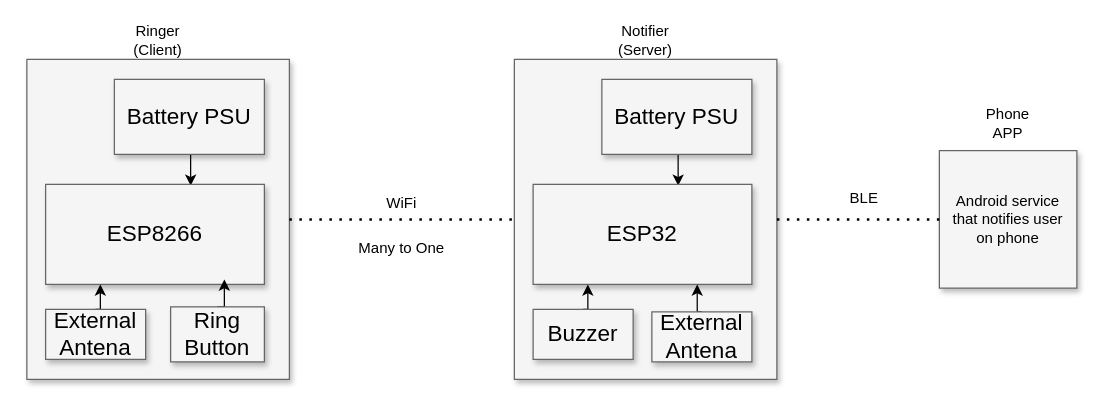
This is docs/HardwareArch.drawio from rotarurazvan07/wireless-doorbell, a draw.io file, before an edit. Source tidied: cells renumbered, new cells numbered last; positions are measured from the earlier drawing's top-left corner, leaving out a move shared by most shapes. Both pictures are drawn from the tidied source at 125%, with x=0, y=0 at pixel (26, 21).
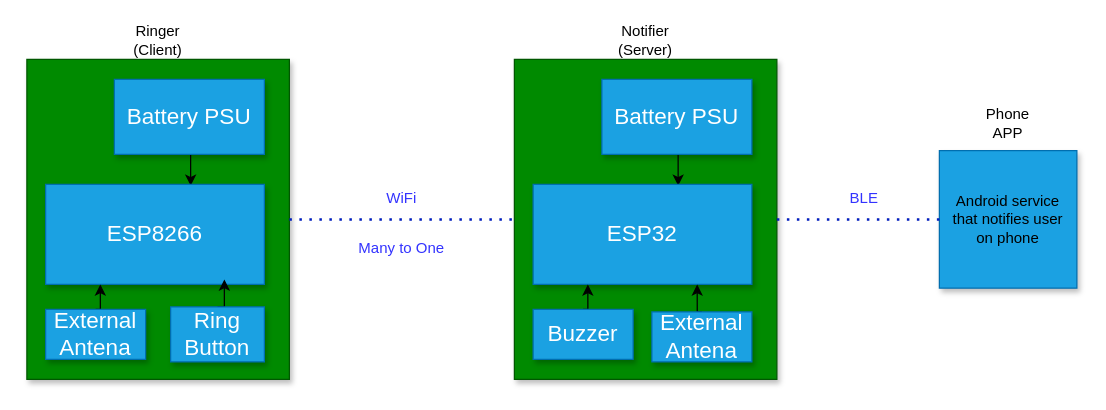
The same page after the edit.

Commit message (it also covers changes not shown here):
Update Readme structure and add initial hardware architecture

What changed in the source:
```diff
@@
-<mxGraphModel>
+<mxGraphModel background="#ffffff">
@@
-    <mxCell id="2" style="whiteSpace=wrap;html=1;shadow=1;fontSize=18;fillColor=#f5f5f5;strokeColor=#666666;" parent="1" vertex="1">
+    <mxCell id="2" style="whiteSpace=wrap;html=1;shadow=1;fontSize=18;fillColor=#008a00;strokeColor=#005700;fontColor=#ffffff;" parent="1" vertex="1">
       <mxGeometry y="30" width="210" height="256" as="geometry" />
     </mxCell>
@@
-    <mxCell id="4" value="Battery PSU" style="whiteSpace=wrap;html=1;shadow=1;fontSize=18;fillColor=#f5f5f5;strokeColor=#666666;" parent="1" vertex="1">
+    <mxCell id="4" value="Battery PSU" style="whiteSpace=wrap;html=1;shadow=1;fontSize=18;fillColor=#1ba1e2;strokeColor=#006EAF;fontColor=#ffffff;" parent="1" vertex="1">
       <mxGeometry x="70" y="46" width="120" height="60" as="geometry" />
     </mxCell>
@@
-    <mxCell id="6" value="ESP8266" style="whiteSpace=wrap;html=1;shadow=1;fontSize=18;fillColor=#f5f5f5;strokeColor=#666666;" parent="1" vertex="1">
+    <mxCell id="6" value="ESP8266" style="whiteSpace=wrap;html=1;shadow=1;fontSize=18;fillColor=#1ba1e2;strokeColor=#006EAF;fontColor=#ffffff;" parent="1" vertex="1">
       <mxGeometry x="15" y="130" width="175" height="80" as="geometry" />
     </mxCell>
@@
-    <mxCell id="8" value="External Antena" style="whiteSpace=wrap;html=1;shadow=1;fontSize=18;fillColor=#f5f5f5;strokeColor=#666666;" parent="1" vertex="1">
+    <mxCell id="8" value="External Antena" style="whiteSpace=wrap;html=1;shadow=1;fontSize=18;fillColor=#1ba1e2;strokeColor=#006EAF;fontColor=#ffffff;" parent="1" vertex="1">
       <mxGeometry x="15" y="230" width="80" height="40" as="geometry" />
     </mxCell>
@@
-    <mxCell id="10" value="Ring Button" style="whiteSpace=wrap;html=1;shadow=1;fontSize=18;fillColor=#f5f5f5;strokeColor=#666666;" parent="1" vertex="1">
+    <mxCell id="10" value="Ring Button" style="whiteSpace=wrap;html=1;shadow=1;fontSize=18;fillColor=#1ba1e2;strokeColor=#006EAF;fontColor=#ffffff;" parent="1" vertex="1">
       <mxGeometry x="115" y="228" width="75" height="44" as="geometry" />
     </mxCell>
-    <mxCell id="11" style="whiteSpace=wrap;html=1;shadow=1;fontSize=18;fillColor=#f5f5f5;strokeColor=#666666;" parent="1" vertex="1">
+    <mxCell id="11" style="whiteSpace=wrap;html=1;shadow=1;fontSize=18;fillColor=#008a00;strokeColor=#005700;fontColor=#ffffff;" parent="1" vertex="1">
       <mxGeometry x="390" y="30" width="210" height="256" as="geometry" />
     </mxCell>
@@
-    <mxCell id="13" value="Battery PSU" style="whiteSpace=wrap;html=1;shadow=1;fontSize=18;fillColor=#f5f5f5;strokeColor=#666666;" parent="1" vertex="1">
+    <mxCell id="13" value="Battery PSU" style="whiteSpace=wrap;html=1;shadow=1;fontSize=18;fillColor=#1ba1e2;strokeColor=#006EAF;fontColor=#ffffff;" parent="1" vertex="1">
       <mxGeometry x="460" y="46" width="120" height="60" as="geometry" />
     </mxCell>
@@
-    <mxCell id="15" value="ESP32" style="whiteSpace=wrap;html=1;shadow=1;fontSize=18;fillColor=#f5f5f5;strokeColor=#666666;" parent="1" vertex="1">
+    <mxCell id="15" value="ESP32" style="whiteSpace=wrap;html=1;shadow=1;fontSize=18;fillColor=#1ba1e2;strokeColor=#006EAF;fontColor=#ffffff;" parent="1" vertex="1">
       <mxGeometry x="405" y="130" width="175" height="80" as="geometry" />
     </mxCell>
@@
-    <mxCell id="17" value="Buzzer" style="whiteSpace=wrap;html=1;shadow=1;fontSize=18;fillColor=#f5f5f5;strokeColor=#666666;" parent="1" vertex="1">
+    <mxCell id="17" value="Buzzer" style="whiteSpace=wrap;html=1;shadow=1;fontSize=18;fillColor=#1ba1e2;strokeColor=#006EAF;fontColor=#ffffff;" parent="1" vertex="1">
       <mxGeometry x="405" y="230" width="80" height="40" as="geometry" />
     </mxCell>
-    <mxCell id="18" value="WiFi" style="text;html=1;strokeColor=none;fillColor=none;align=center;verticalAlign=middle;whiteSpace=wrap;rounded=0;" parent="1" vertex="1">
-      <mxGeometry x="270" y="130" width="60" height="30" as="geometry" />
+    <mxCell id="18" value="WiFi" style="text;html=1;strokeColor=none;fillColor=none;align=center;verticalAlign=middle;whiteSpace=wrap;rounded=0;fontColor=#3333FF;" parent="1" vertex="1">
+      <mxGeometry x="270" y="126" width="60" height="30" as="geometry" />
     </mxCell>
-    <mxCell id="19" value="Many to One" style="text;html=1;strokeColor=none;fillColor=none;align=center;verticalAlign=middle;whiteSpace=wrap;rounded=0;" parent="1" vertex="1">
+    <mxCell id="19" value="Many to One" style="text;html=1;strokeColor=none;fillColor=none;align=center;verticalAlign=middle;whiteSpace=wrap;rounded=0;fontColor=#3333FF;" parent="1" vertex="1">
       <mxGeometry x="260" y="166" width="80" height="30" as="geometry" />
     </mxCell>
-    <mxCell id="20" style="whiteSpace=wrap;html=1;shadow=1;fontSize=18;fillColor=#f5f5f5;strokeColor=#666666;" parent="1" vertex="1">
+    <mxCell id="20" style="whiteSpace=wrap;html=1;shadow=1;fontSize=18;fillColor=#1ba1e2;strokeColor=#006EAF;fontColor=#ffffff;" parent="1" vertex="1">
       <mxGeometry x="730" y="103" width="110" height="110" as="geometry" />
     </mxCell>
@@
-    <mxCell id="22" style="endArrow=none;dashed=1;html=1;dashPattern=1 3;strokeWidth=2;rounded=0;exitX=1;exitY=0.5;exitDx=0;exitDy=0;entryX=0;entryY=0.5;entryDx=0;entryDy=0;" parent="1" edge="1" source="2" target="11">
+    <mxCell id="22" style="endArrow=none;dashed=1;html=1;dashPattern=1 3;strokeWidth=2;rounded=0;exitX=1;exitY=0.5;exitDx=0;exitDy=0;entryX=0;entryY=0.5;entryDx=0;entryDy=0;fillColor=#0050ef;strokeColor=#001DBC;" parent="1" edge="1" source="2" target="11">
       <mxGeometry relative="1" as="geometry" />
     </mxCell>
-    <mxCell id="23" style="endArrow=none;dashed=1;html=1;dashPattern=1 3;strokeWidth=2;rounded=0;entryX=0;entryY=0.5;entryDx=0;entryDy=0;exitX=1;exitY=0.5;exitDx=0;exitDy=0;" parent="1" edge="1" source="11" target="20">
+    <mxCell id="23" style="endArrow=none;dashed=1;html=1;dashPattern=1 3;strokeWidth=2;rounded=0;entryX=0;entryY=0.5;entryDx=0;entryDy=0;exitX=1;exitY=0.5;exitDx=0;exitDy=0;fontColor=#3333FF;fillColor=#0050ef;strokeColor=#001DBC;" parent="1" edge="1" source="11" target="20">
       <mxGeometry relative="1" as="geometry" />
     </mxCell>
-    <mxCell id="24" value="BLE" style="text;html=1;strokeColor=none;fillColor=none;align=center;verticalAlign=middle;whiteSpace=wrap;rounded=0;" parent="1" vertex="1">
+    <mxCell id="24" value="BLE" style="text;html=1;strokeColor=none;fillColor=none;align=center;verticalAlign=middle;whiteSpace=wrap;rounded=0;fontColor=#3333FF;" parent="1" vertex="1">
       <mxGeometry x="640" y="126" width="60" height="30" as="geometry" />
     </mxCell>
@@
-    <mxCell id="27" value="External Antena" style="whiteSpace=wrap;html=1;shadow=1;fontSize=18;fillColor=#f5f5f5;strokeColor=#666666;" parent="1" vertex="1">
+    <mxCell id="27" value="External Antena" style="whiteSpace=wrap;html=1;shadow=1;fontSize=18;fillColor=#1ba1e2;strokeColor=#006EAF;fontColor=#ffffff;" parent="1" vertex="1">
       <mxGeometry x="500" y="232" width="80" height="40" as="geometry" />
     </mxCell>
```
